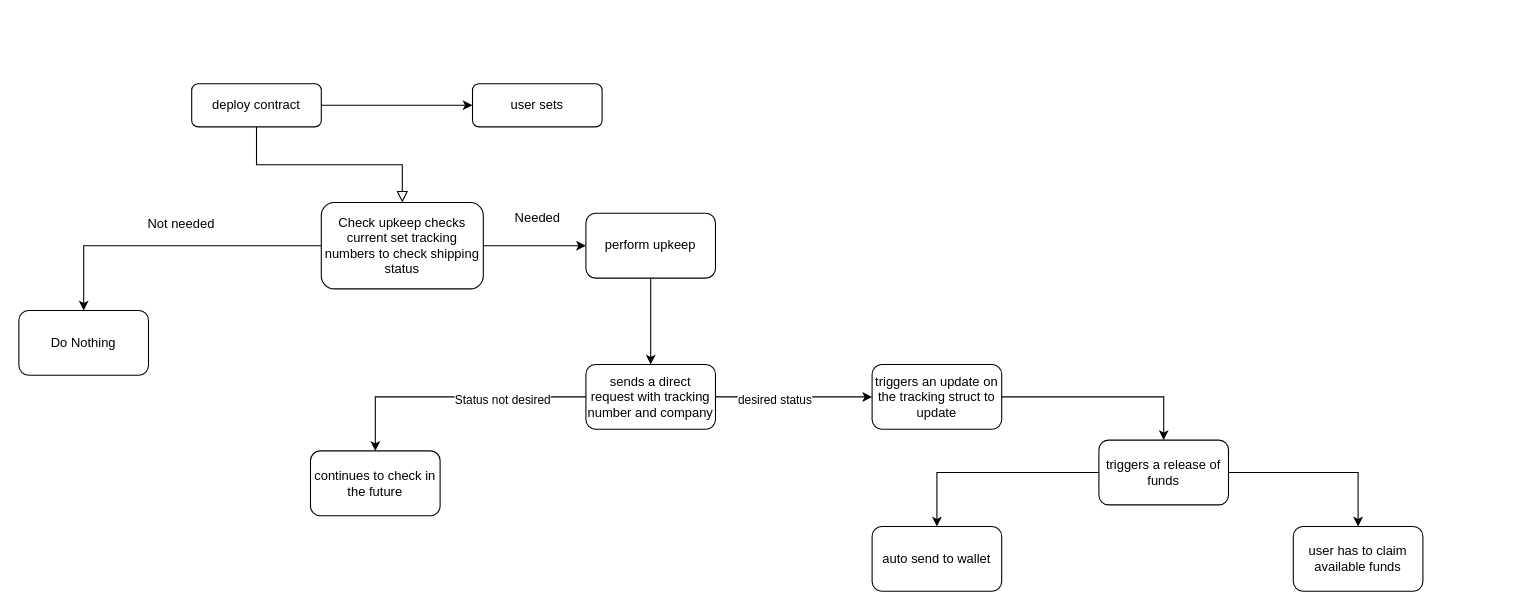
VernariProtocol/contracts keeps this draw.io diagram as vernari-arch.drawio. Above is the earlier version. Source tidied: cells renumbered, new cells numbered last; positions are measured from the earlier drawing's top-left corner, leaving out a move shared by most shapes. Both pictures are drawn from the tidied source at 108%, with x=0, y=0 at pixel (18, 83).
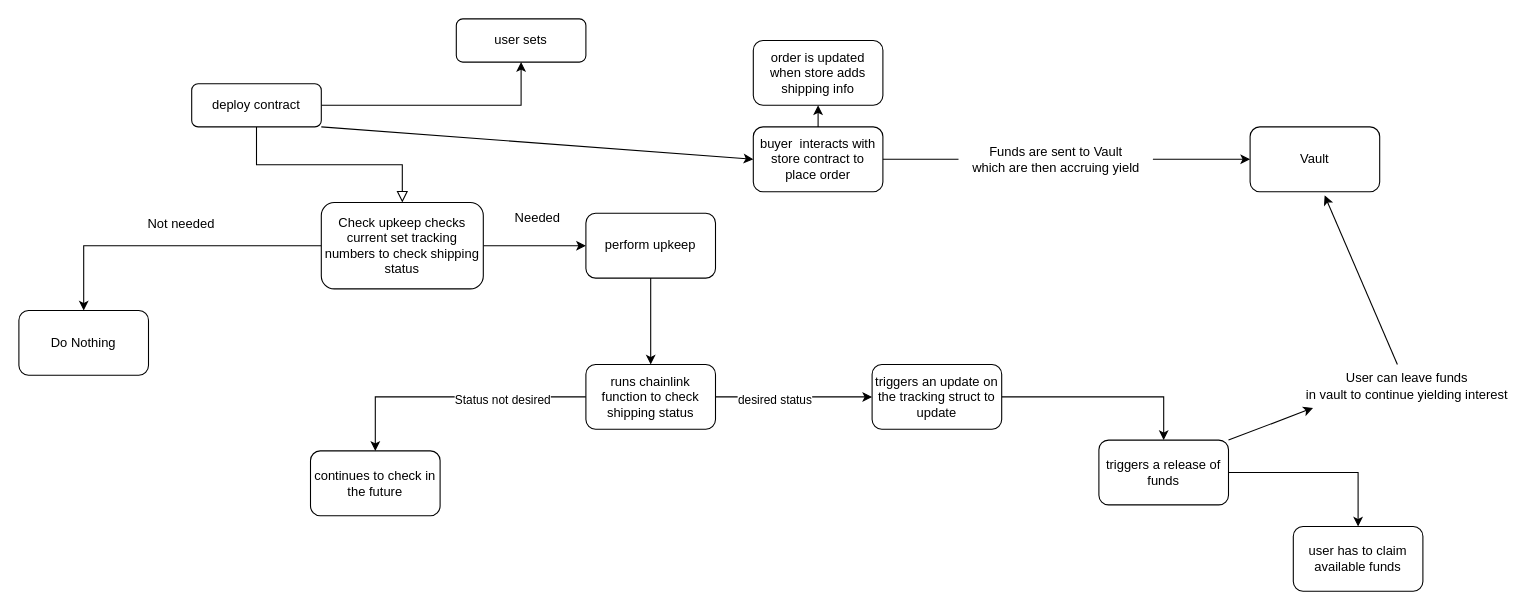
The same page after the edit.

Unchanged cells that the change refers to:
```xml
<mxCell id="4" value="deploy contract" style="rounded=1;whiteSpace=wrap;html=1;fontSize=12;glass=0;strokeWidth=1;shadow=0;" parent="1" vertex="1">
  <mxGeometry x="160" width="120" height="40" as="geometry" />
</mxCell>
<mxCell id="24" value="triggers a release of funds" style="whiteSpace=wrap;html=1;rounded=1;glass=0;strokeWidth=1;shadow=0;" parent="1" vertex="1">
  <mxGeometry x="1000" y="330" width="120" height="60" as="geometry" />
</mxCell>
```

What changed in the source:
```diff
@@
+    <mxCell id="27" style="edgeStyle=none;html=1;exitX=1;exitY=1;exitDx=0;exitDy=0;entryX=0;entryY=0.5;entryDx=0;entryDy=0;" parent="1" edge="1" source="4" target="32">
+      <mxGeometry relative="1" as="geometry" />
+    </mxCell>
@@
     <mxCell id="8" value="user sets" style="rounded=1;whiteSpace=wrap;html=1;fontSize=12;glass=0;strokeWidth=1;shadow=0;" parent="1" vertex="1">
-      <mxGeometry x="420" width="120" height="40" as="geometry" />
+      <mxGeometry x="405" y="-60" width="120" height="40" as="geometry" />
     </mxCell>
@@
-    <mxCell id="18" value="sends a direct request with tracking number and company" style="whiteSpace=wrap;html=1;rounded=1;glass=0;strokeWidth=1;shadow=0;" parent="1" vertex="1">
+    <mxCell id="18" value="runs chainlink function to check shipping status" style="whiteSpace=wrap;html=1;rounded=1;glass=0;strokeWidth=1;shadow=0;" parent="1" vertex="1">
       <mxGeometry x="525" y="260" width="120" height="60" as="geometry" />
     </mxCell>
@@
-    <mxCell id="22" style="edgeStyle=orthogonalEdgeStyle;rounded=0;jettySize=auto;html=1;" parent="1" edge="1" source="24" target="25">
-      <mxGeometry relative="1" as="geometry" />
-    </mxCell>
@@
+    <mxCell id="28" style="edgeStyle=none;html=1;exitX=1;exitY=0;exitDx=0;exitDy=0;entryX=0.087;entryY=1.005;entryDx=0;entryDy=0;entryPerimeter=0;" parent="1" edge="1" source="24" target="37">
+      <mxGeometry relative="1" as="geometry" />
+    </mxCell>
@@
-    <mxCell id="25" value="auto send to wallet" style="whiteSpace=wrap;html=1;rounded=1;glass=0;strokeWidth=1;shadow=0;" parent="1" vertex="1">
-      <mxGeometry x="790" y="410" width="120" height="60" as="geometry" />
-    </mxCell>
@@
+    <mxCell id="29" value="order is updated when store adds shipping info" style="rounded=1;whiteSpace=wrap;html=1;" parent="1" vertex="1">
+      <mxGeometry x="680" y="-40" width="120" height="60" as="geometry" />
+    </mxCell>
+    <mxCell id="30" style="edgeStyle=none;html=1;exitX=0.5;exitY=0;exitDx=0;exitDy=0;entryX=0.5;entryY=1;entryDx=0;entryDy=0;" parent="1" edge="1" source="32" target="29">
+      <mxGeometry relative="1" as="geometry" />
+    </mxCell>
+    <mxCell id="31" style="edgeStyle=none;html=1;entryX=0;entryY=0.5;entryDx=0;entryDy=0;startArrow=none;" parent="1" edge="1" source="35" target="33">
+      <mxGeometry relative="1" as="geometry" />
+    </mxCell>
+    <mxCell id="32" value="buyer&amp;nbsp; interacts with store contract to place order" style="rounded=1;whiteSpace=wrap;html=1;" parent="1" vertex="1">
+      <mxGeometry x="680" y="40" width="120" height="60" as="geometry" />
+    </mxCell>
+    <mxCell id="33" value="Vault" style="rounded=1;whiteSpace=wrap;html=1;" parent="1" vertex="1">
+      <mxGeometry x="1140" y="40" width="120" height="60" as="geometry" />
+    </mxCell>
+    <mxCell id="34" style="edgeStyle=none;html=1;entryX=0;entryY=0.5;entryDx=0;entryDy=0;endArrow=none;" parent="1" edge="1" source="32" target="35">
+      <mxGeometry relative="1" as="geometry" />
+    </mxCell>
+    <mxCell id="35" value="&lt;span style=&quot;&quot;&gt;Funds are sent to Vault &lt;br&gt;which are then accruing yield&lt;/span&gt;" style="text;html=1;align=center;verticalAlign=middle;points=[];strokeColor=none;fillColor=none;" parent="1" vertex="1">
+      <mxGeometry x="870" y="50" width="180" height="40" as="geometry" />
+    </mxCell>
+    <mxCell id="36" style="edgeStyle=none;html=1;entryX=0.575;entryY=1.057;entryDx=0;entryDy=0;entryPerimeter=0;" parent="1" edge="1" source="37" target="33">
+      <mxGeometry relative="1" as="geometry" />
+    </mxCell>
+    <mxCell id="37" value="User can leave funds&lt;br&gt;in vault to continue yielding interest" style="text;html=1;align=center;verticalAlign=middle;points=[];strokeColor=none;fillColor=none;" parent="1" vertex="1">
+      <mxGeometry x="1180" y="260" width="210" height="40" as="geometry" />
+    </mxCell>
```
